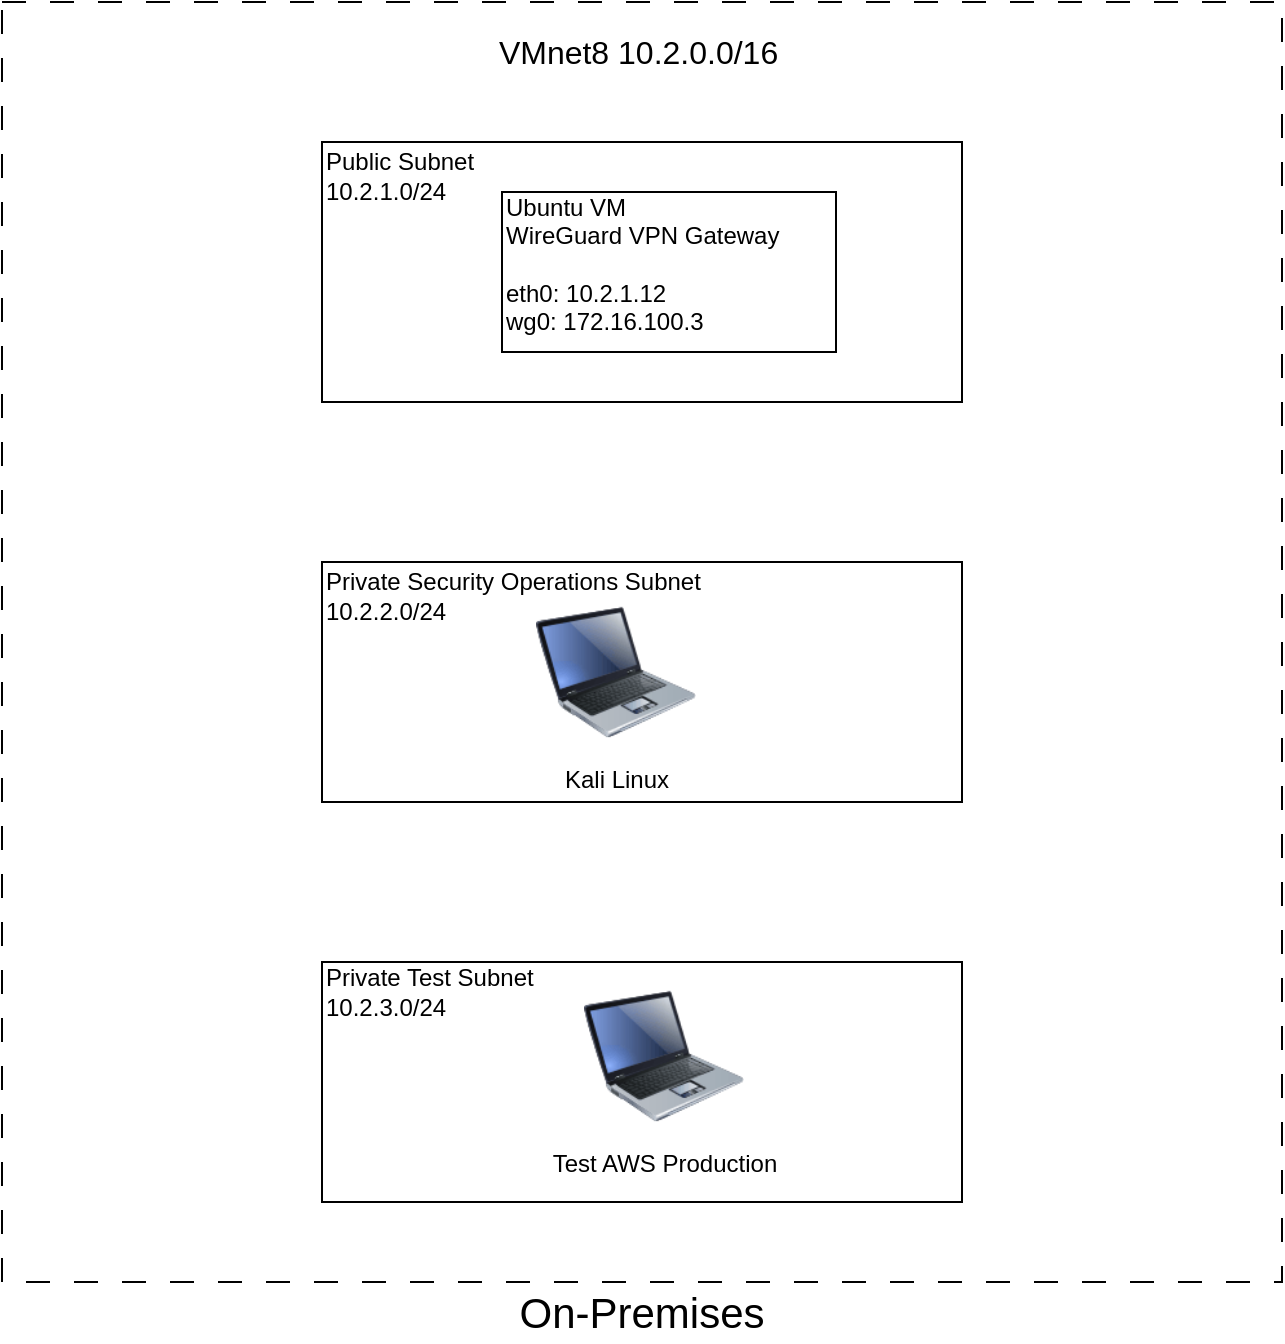
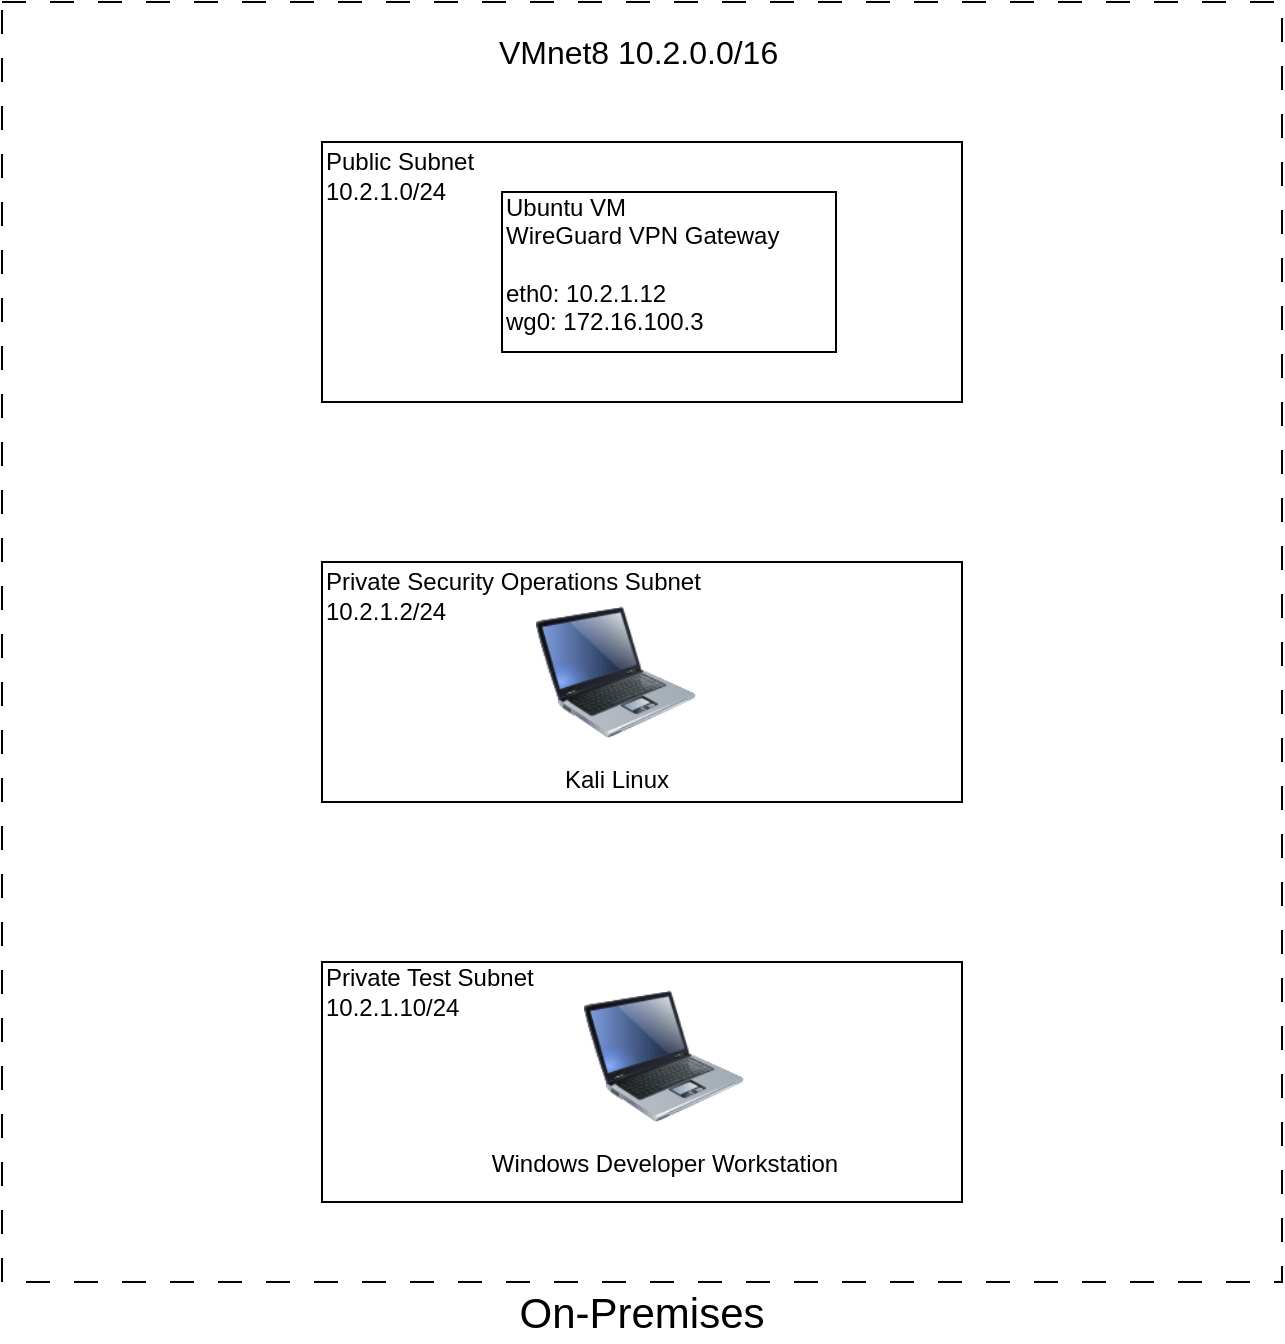
<mxfile host="Electron">
  <diagram name="Page-1" id="2XKusGkC_Uru7LLcT-Ei">
-     <mxGraphModel dx="1325" dy="657" grid="0" gridSize="10" guides="1" tooltips="1" connect="1" arrows="1" fold="1" page="0" pageScale="1" pageWidth="850" pageHeight="1100" math="0" shadow="0">
+     <mxGraphModel dx="1404" dy="696" grid="0" gridSize="10" guides="1" tooltips="1" connect="1" arrows="1" fold="1" page="0" pageScale="1" pageWidth="850" pageHeight="1100" math="0" shadow="0">
      <root>
        <mxCell id="0" />
        <mxCell id="1" parent="0" />
        <mxCell id="EOUbcXdezM008GbUI7hu-1" parent="1" style="whiteSpace=wrap;html=1;fillColor=none;dashed=1;dashPattern=12 12;" value="" vertex="1">
          <mxGeometry height="640" width="640" x="120" y="40" as="geometry" />
        </mxCell>
        <mxCell id="EOUbcXdezM008GbUI7hu-2" parent="1" style="text;html=1;whiteSpace=wrap;strokeColor=none;fillColor=none;align=center;verticalAlign=middle;rounded=0;" value="&lt;font style=&quot;font-size: 21px;&quot;&gt;On-Premises&lt;/font&gt;" vertex="1">
          <mxGeometry height="30" width="160" x="360" y="680" as="geometry" />
        </mxCell>
        <mxCell id="EOUbcXdezM008GbUI7hu-5" parent="1" style="text;html=1;whiteSpace=wrap;strokeColor=none;fillColor=none;align=center;verticalAlign=middle;rounded=0;" value="&lt;font style=&quot;font-size: 16px;&quot;&gt;VMnet8 10.2.0.0/16&amp;nbsp;&lt;/font&gt;" vertex="1">
          <mxGeometry height="30" width="183" x="349" y="50" as="geometry" />
        </mxCell>
        <mxCell id="EOUbcXdezM008GbUI7hu-6" parent="1" style="whiteSpace=wrap;html=1;fillColor=none;" value="" vertex="1">
          <mxGeometry height="130" width="320" x="280" y="110" as="geometry" />
        </mxCell>
        <mxCell id="EOUbcXdezM008GbUI7hu-7" parent="1" style="whiteSpace=wrap;html=1;fillColor=none;" value="" vertex="1">
          <mxGeometry height="120" width="320" x="280" y="320" as="geometry" />
        </mxCell>
        <mxCell id="EOUbcXdezM008GbUI7hu-8" parent="1" style="whiteSpace=wrap;html=1;fillColor=none;" value="" vertex="1">
          <mxGeometry height="120" width="320" x="280" y="520" as="geometry" />
        </mxCell>
        <mxCell id="EOUbcXdezM008GbUI7hu-9" parent="1" style="text;html=1;whiteSpace=wrap;strokeColor=none;fillColor=none;align=left;verticalAlign=middle;rounded=0;" value="Public Subnet&lt;div&gt;10.2.1.0/24&lt;/div&gt;" vertex="1">
          <mxGeometry height="30" width="90" x="280" y="112" as="geometry" />
        </mxCell>
-         <mxCell id="EOUbcXdezM008GbUI7hu-10" parent="1" style="text;html=1;whiteSpace=wrap;strokeColor=none;fillColor=none;align=left;verticalAlign=middle;rounded=0;" value="Private Security Operations Subnet&lt;div&gt;10.2.2&lt;span style=&quot;color: rgba(0, 0, 0, 0); font-family: monospace; font-size: 0px; white-space: nowrap; background-color: transparent;&quot;&gt;%3CmxGraphModel%3E%3Croot%3E%3CmxCell%20id%3D%220%22%2F%3E%3CmxCell%20id%3D%221%22%20parent%3D%220%22%2F%3E%3CmxCell%20id%3D%222%22%20parent%3D%221%22%20style%3D%22text%3Bhtml%3D1%3BwhiteSpace%3Dwrap%3BstrokeColor%3Dnone%3BfillColor%3Dnone%3Balign%3Dleft%3BverticalAlign%3Dmiddle%3Brounded%3D0%3B%22%20value%3D%22Public%20Subnet%26lt%3Bdiv%26gt%3B10.2.1.0%2F24%26lt%3B%2Fdiv%26gt%3B%22%20vertex%3D%221%22%3E%3CmxGeometry%20height%3D%2230%22%20width%3D%2290%22%20x%3D%22280%22%20y%3D%22110%22%20as%3D%22geometry%22%2F%3E%3C%2FmxCell%3E%3C%2Froot%3E%3C%2FmxGraphModel%3E&lt;/span&gt;&lt;span style=&quot;color: rgba(0, 0, 0, 0); font-family: monospace; font-size: 0px; white-space: nowrap; background-color: transparent;&quot;&gt;%3CmxGraphModel%3E%3Croot%3E%3CmxCell%20id%3D%220%22%2F%3E%3CmxCell%20id%3D%221%22%20parent%3D%220%22%2F%3E%3CmxCell%20id%3D%222%22%20parent%3D%221%22%20style%3D%22text%3Bhtml%3D1%3BwhiteSpace%3Dwrap%3BstrokeColor%3Dnone%3BfillColor%3Dnone%3Balign%3Dleft%3BverticalAlign%3Dmiddle%3Brounded%3D0%3B%22%20value%3D%22Public%20Subnet%26lt%3Bdiv%26gt%3B10.2.1.0%2F24%26lt%3B%2Fdiv%26gt%3B%22%20vertex%3D%221%22%3E%3CmxGeometry%20height%3D%2230%22%20width%3D%2290%22%20x%3D%22280%22%20y%3D%22110%22%20as%3D%22geometry%22%2F%3E%3C%2FmxCell%3E%3C%2Froot%3E%3C%2FmxGraphModel%3E&lt;/span&gt;&lt;span style=&quot;background-color: transparent; color: light-dark(rgb(0, 0, 0), rgb(255, 255, 255));&quot;&gt;.0/24&lt;/span&gt;&lt;/div&gt;" vertex="1">
+         <mxCell id="EOUbcXdezM008GbUI7hu-10" parent="1" style="text;html=1;whiteSpace=wrap;strokeColor=none;fillColor=none;align=left;verticalAlign=middle;rounded=0;" value="Private Security Operations Subnet&lt;div&gt;10.2.1&lt;span style=&quot;color: rgba(0, 0, 0, 0); font-family: monospace; font-size: 0px; white-space: nowrap; background-color: transparent;&quot;&gt;%3CmxGraphModel%3E%3Croot%3E%3CmxCell%20id%3D%220%22%2F%3E%3CmxCell%20id%3D%221%22%20parent%3D%220%22%2F%3E%3CmxCell%20id%3D%222%22%20parent%3D%221%22%20style%3D%22text%3Bhtml%3D1%3BwhiteSpace%3Dwrap%3BstrokeColor%3Dnone%3BfillColor%3Dnone%3Balign%3Dleft%3BverticalAlign%3Dmiddle%3Brounded%3D0%3B%22%20value%3D%22Public%20Subnet%26lt%3Bdiv%26gt%3B10.2.1.0%2F24%26lt%3B%2Fdiv%26gt%3B%22%20vertex%3D%221%22%3E%3CmxGeometry%20height%3D%2230%22%20width%3D%2290%22%20x%3D%22280%22%20y%3D%22110%22%20as%3D%22geometry%22%2F%3E%3C%2FmxCell%3E%3C%2Froot%3E%3C%2FmxGraphModel%3E&lt;/span&gt;&lt;span style=&quot;color: rgba(0, 0, 0, 0); font-family: monospace; font-size: 0px; white-space: nowrap; background-color: transparent;&quot;&gt;%3CmxGraphModel%3E%3Croot%3E%3CmxCell%20id%3D%220%22%2F%3E%3CmxCell%20id%3D%221%22%20parent%3D%220%22%2F%3E%3CmxCell%20id%3D%222%22%20parent%3D%221%22%20style%3D%22text%3Bhtml%3D1%3BwhiteSpace%3Dwrap%3BstrokeColor%3Dnone%3BfillColor%3Dnone%3Balign%3Dleft%3BverticalAlign%3Dmiddle%3Brounded%3D0%3B%22%20value%3D%22Public%20Subnet%26lt%3Bdiv%26gt%3B10.2.1.0%2F24%26lt%3B%2Fdiv%26gt%3B%22%20vertex%3D%221%22%3E%3CmxGeometry%20height%3D%2230%22%20width%3D%2290%22%20x%3D%22280%22%20y%3D%22110%22%20as%3D%22geometry%22%2F%3E%3C%2FmxCell%3E%3C%2Froot%3E%3C%2FmxGraphModel%3E&lt;/span&gt;&lt;span style=&quot;background-color: transparent; color: light-dark(rgb(0, 0, 0), rgb(255, 255, 255));&quot;&gt;.2/24&lt;/span&gt;&lt;/div&gt;" vertex="1">
          <mxGeometry height="30" width="202" x="280" y="322" as="geometry" />
        </mxCell>
-         <mxCell id="EOUbcXdezM008GbUI7hu-12" parent="1" style="text;html=1;whiteSpace=wrap;strokeColor=none;fillColor=none;align=left;verticalAlign=middle;rounded=0;" value="Private Test Subnet&lt;div&gt;10.2.3.0/24&lt;/div&gt;" vertex="1">
+         <mxCell id="EOUbcXdezM008GbUI7hu-12" parent="1" style="text;html=1;whiteSpace=wrap;strokeColor=none;fillColor=none;align=left;verticalAlign=middle;rounded=0;" value="Private Test Subnet&lt;div&gt;10.2.1.10/24&lt;/div&gt;" vertex="1">
          <mxGeometry height="30" width="123" x="280" y="520" as="geometry" />
        </mxCell>
        <mxCell id="EOUbcXdezM008GbUI7hu-14" parent="1" style="whiteSpace=wrap;html=1;fillColor=none;" value="" vertex="1">
          <mxGeometry height="80" width="167" x="370" y="135" as="geometry" />
        </mxCell>
        <mxCell id="EOUbcXdezM008GbUI7hu-15" parent="1" style="text;html=1;whiteSpace=wrap;strokeColor=none;fillColor=none;align=left;verticalAlign=middle;rounded=0;" value="Ubuntu VM&lt;div&gt;WireGuard VPN Gateway&lt;/div&gt;&lt;div&gt;&lt;br&gt;&lt;div&gt;eth0: 10.2.1.12&lt;br&gt;&lt;div&gt;wg0: 172.16.100.3&lt;/div&gt;&lt;/div&gt;&lt;/div&gt;" vertex="1">
          <mxGeometry height="30" width="162" x="370" y="156" as="geometry" />
        </mxCell>
        <mxCell id="EOUbcXdezM008GbUI7hu-22" parent="1" style="image;html=1;image=img/lib/clip_art/computers/Laptop_128x128.png" value="Kali Linux" vertex="1">
          <mxGeometry height="80" width="80" x="387" y="335" as="geometry" />
        </mxCell>
-         <mxCell id="IULsNOZUB1_Y1RCRdrQc-1" parent="1" style="image;html=1;image=img/lib/clip_art/computers/Laptop_128x128.png" value="Test AWS Production" vertex="1">
+         <mxCell id="IULsNOZUB1_Y1RCRdrQc-1" parent="1" style="image;html=1;image=img/lib/clip_art/computers/Laptop_128x128.png" value="Windows Developer Workstation" vertex="1">
          <mxGeometry height="80" width="80" x="411" y="527" as="geometry" />
        </mxCell>
      </root>
    </mxGraphModel>
  </diagram>
</mxfile>
